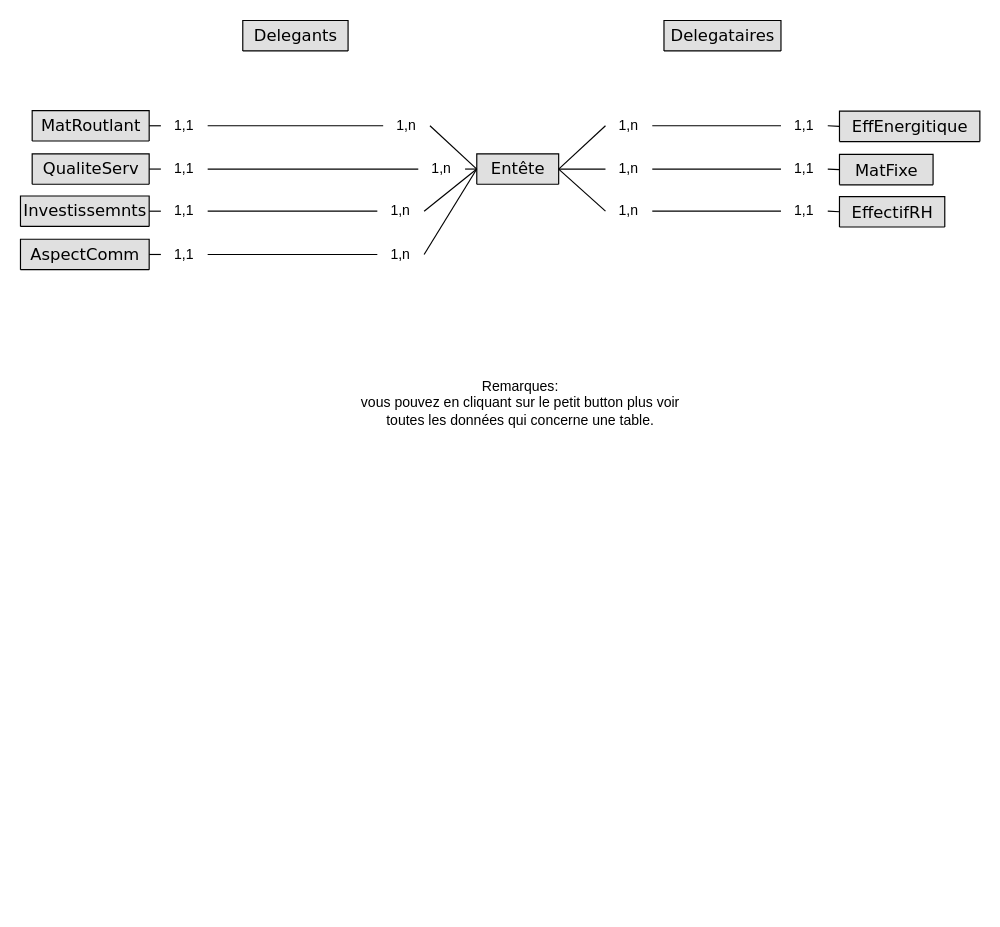
Earlier version of the draw.io diagram page "MCD" (1 of 8) of diagramms/Diagram.drawio (abdorah/stage2021). Source tidied: cells renumbered, new cells numbered last; positions are measured from the earlier drawing's top-left corner, leaving out a move shared by most shapes. Both pictures are drawn from the tidied source at 117%, with x=0, y=0 at pixel (20, 20).
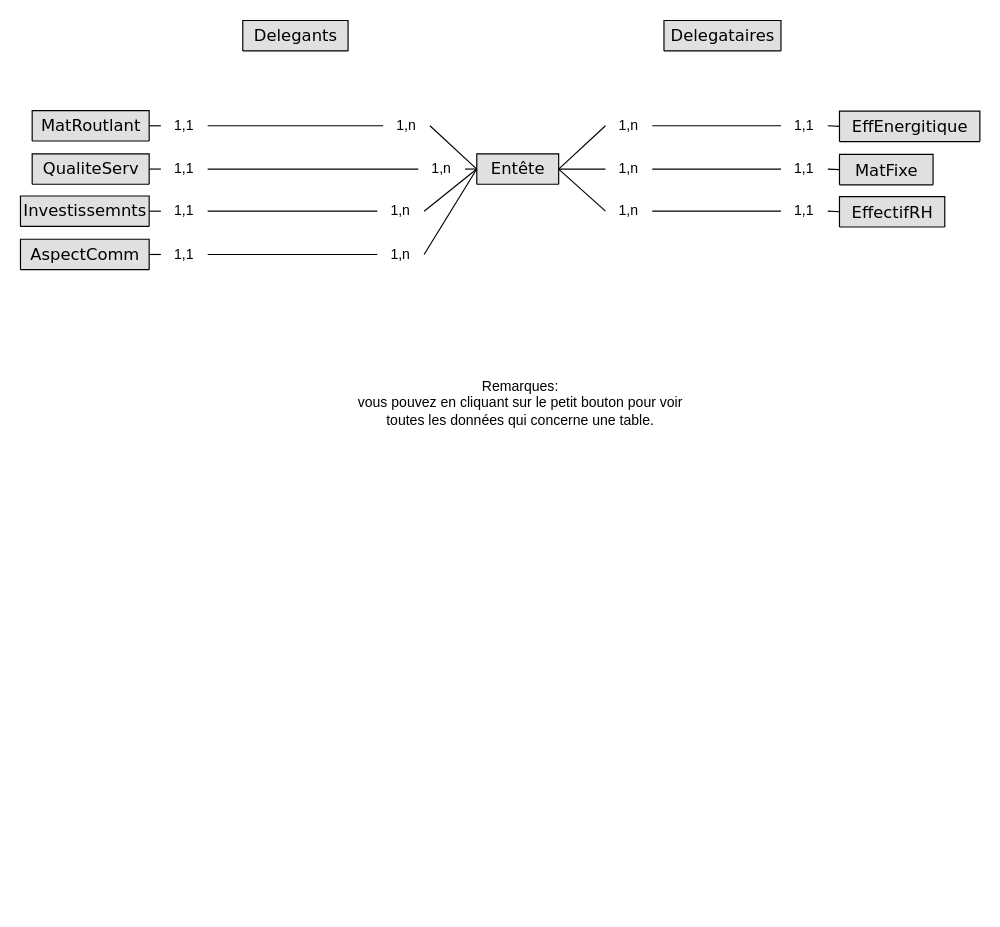
The same diagram, later.

Commit message:
fixe typos

The edit, as a diff of the source:
```diff
@@
-    <mxCell id="48" value="Remarques:&lt;br&gt;vous pouvez en cliquant sur le petit button plus voir toutes les données qui concerne une table." style="text;html=1;strokeColor=none;fillColor=none;align=center;verticalAlign=middle;whiteSpace=wrap;rounded=0;" parent="1" vertex="1">
+    <mxCell id="48" value="Remarques:&lt;br&gt;vous pouvez en cliquant sur le petit bouton pour voir toutes les données qui concerne une table." style="text;html=1;strokeColor=none;fillColor=none;align=center;verticalAlign=middle;whiteSpace=wrap;rounded=0;" parent="1" vertex="1">
       <mxGeometry x="285" y="300" width="285" height="53" as="geometry" />
     </mxCell>
```
